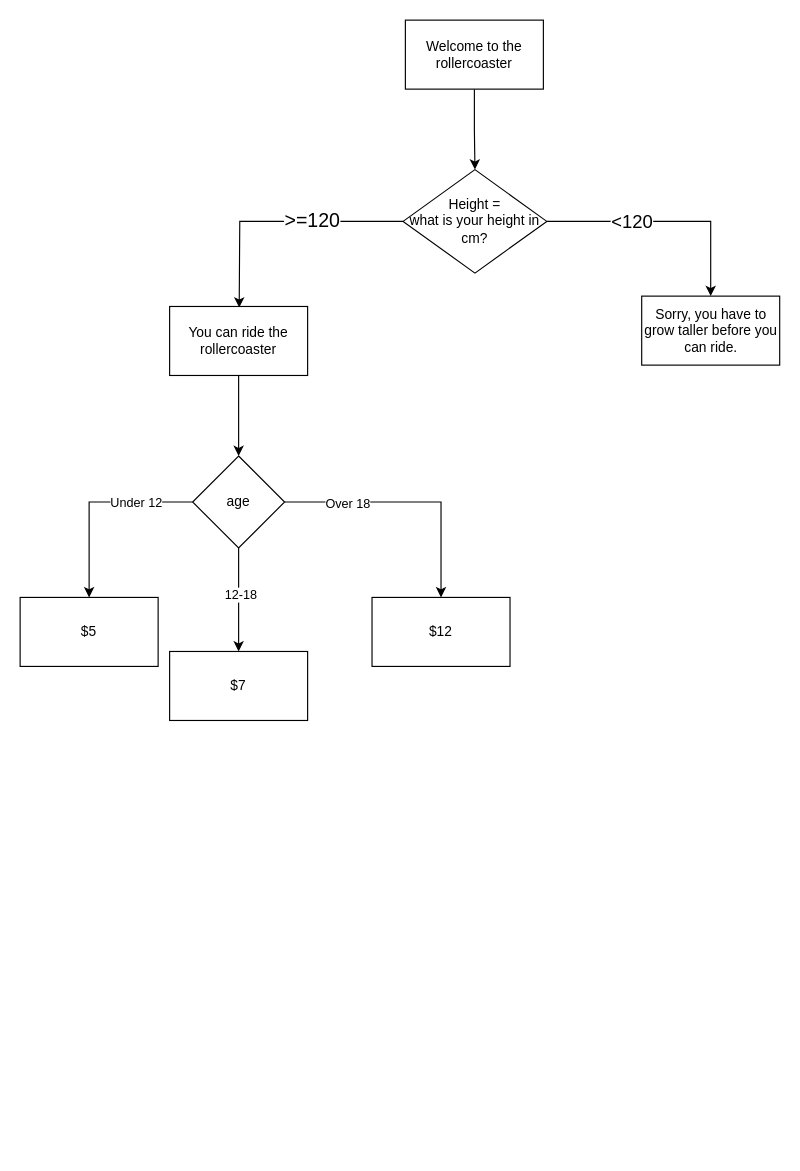
Earlier version of the draw.io diagram Rollercoaster.drawio (sudobro-creator/100-Days). Source tidied: cells renumbered, new cells numbered last; positions are measured from the earlier drawing's top-left corner, leaving out a move shared by most shapes. Both pictures are drawn from the tidied source at 115%, with x=0, y=0 at pixel (20, 20).
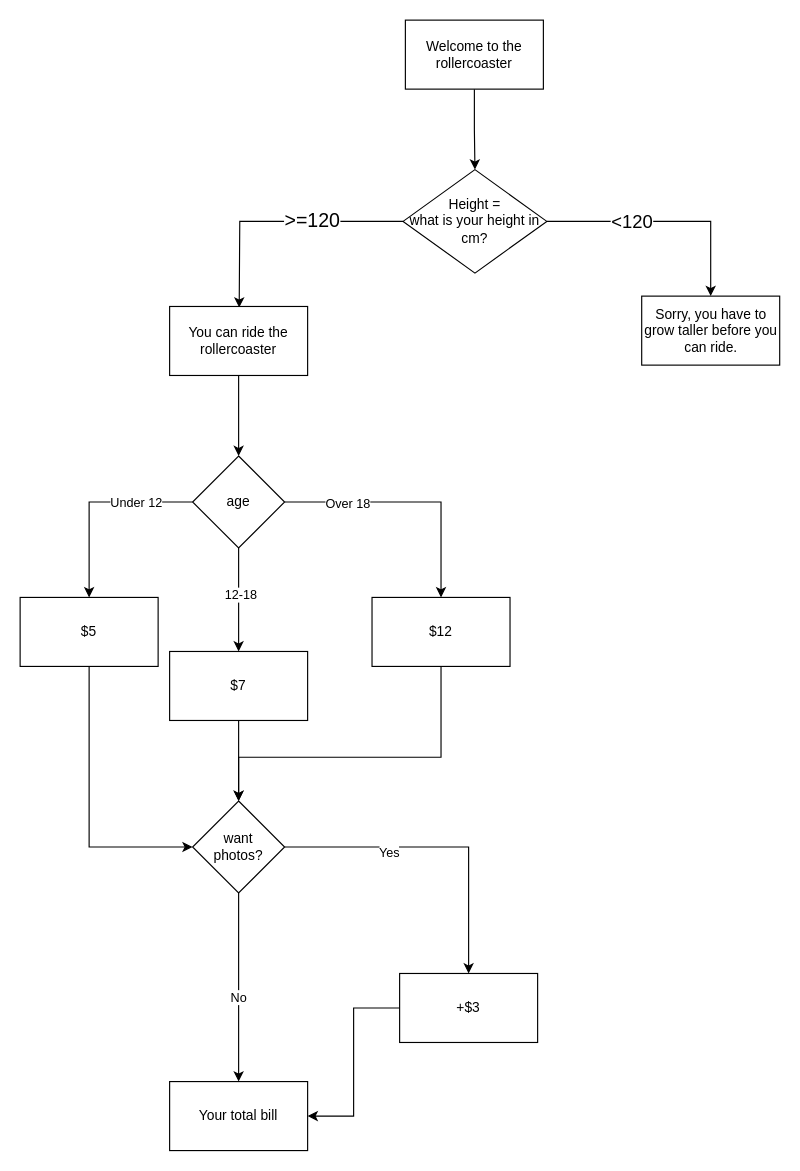
Above is the later version.

The change refers to these unchanged cells:
```xml
<mxCell id="19" value="$12" style="whiteSpace=wrap;html=1;rounded=0;" parent="1" vertex="1">
  <mxGeometry x="306" y="502" width="120" height="60" as="geometry" />
</mxCell>
<mxCell id="20" value="$5" style="whiteSpace=wrap;html=1;rounded=0;" parent="1" vertex="1">
  <mxGeometry y="502" width="120" height="60" as="geometry" />
</mxCell>
<mxCell id="21" value="$7" style="whiteSpace=wrap;html=1;rounded=0;" parent="1" vertex="1">
  <mxGeometry x="130" y="549" width="120" height="60" as="geometry" />
</mxCell>
```

Change to the diagram source:
```diff
@@
+    <mxCell id="22" style="edgeStyle=orthogonalEdgeStyle;rounded=0;jettySize=auto;html=1;" parent="1" edge="1" source="19" target="29">
+      <mxGeometry relative="1" as="geometry">
+        <Array as="points">
+          <mxPoint x="366" y="641" />
+          <mxPoint x="190" y="641" />
+        </Array>
+      </mxGeometry>
+    </mxCell>
@@
+    <mxCell id="23" style="edgeStyle=orthogonalEdgeStyle;rounded=0;jettySize=auto;html=1;exitX=0.5;exitY=1;exitDx=0;exitDy=0;" parent="1" edge="1" source="20" target="29">
+      <mxGeometry relative="1" as="geometry">
+        <Array as="points">
+          <mxPoint x="60" y="719" />
+        </Array>
+      </mxGeometry>
+    </mxCell>
@@
+    <mxCell id="24" style="edgeStyle=orthogonalEdgeStyle;rounded=0;jettySize=auto;html=1;" parent="1" edge="1" source="21" target="29">
+      <mxGeometry relative="1" as="geometry" />
+    </mxCell>
@@
+    <mxCell id="25" style="edgeStyle=orthogonalEdgeStyle;rounded=0;jettySize=auto;html=1;" parent="1" edge="1" source="29" target="31">
+      <mxGeometry relative="1" as="geometry" />
+    </mxCell>
+    <mxCell id="26" value="Yes" style="edgeLabel;html=1;align=center;verticalAlign=middle;" parent="25" vertex="1">
+      <mxGeometry x="-0.33" y="-4" relative="1" as="geometry" />
+    </mxCell>
+    <mxCell id="27" style="edgeStyle=orthogonalEdgeStyle;rounded=0;jettySize=auto;html=1;" parent="1" edge="1" source="29" target="32">
+      <mxGeometry relative="1" as="geometry" />
+    </mxCell>
+    <mxCell id="28" value="No" style="edgeLabel;html=1;align=center;verticalAlign=middle;" parent="27" vertex="1">
+      <mxGeometry x="0.11" y="-1" relative="1" as="geometry">
+        <mxPoint y="-1" as="offset" />
+      </mxGeometry>
+    </mxCell>
+    <mxCell id="29" value="&lt;div&gt;want&lt;/div&gt;&lt;div&gt;photos?&lt;/div&gt;" style="rhombus;whiteSpace=wrap;html=1;rounded=0;" parent="1" vertex="1">
+      <mxGeometry x="150" y="679" width="80" height="80" as="geometry" />
+    </mxCell>
+    <mxCell id="30" style="edgeStyle=orthogonalEdgeStyle;rounded=0;jettySize=auto;html=1;entryX=1;entryY=0.5;entryDx=0;entryDy=0;" parent="1" edge="1" source="31" target="32">
+      <mxGeometry relative="1" as="geometry" />
+    </mxCell>
+    <mxCell id="31" value="+$3" style="whiteSpace=wrap;html=1;rounded=0;" parent="1" vertex="1">
+      <mxGeometry x="330" y="829" width="120" height="60" as="geometry" />
+    </mxCell>
+    <mxCell id="32" value="Your total bill" style="whiteSpace=wrap;html=1;rounded=0;" parent="1" vertex="1">
+      <mxGeometry x="130" y="923" width="120" height="60" as="geometry" />
+    </mxCell>
```
